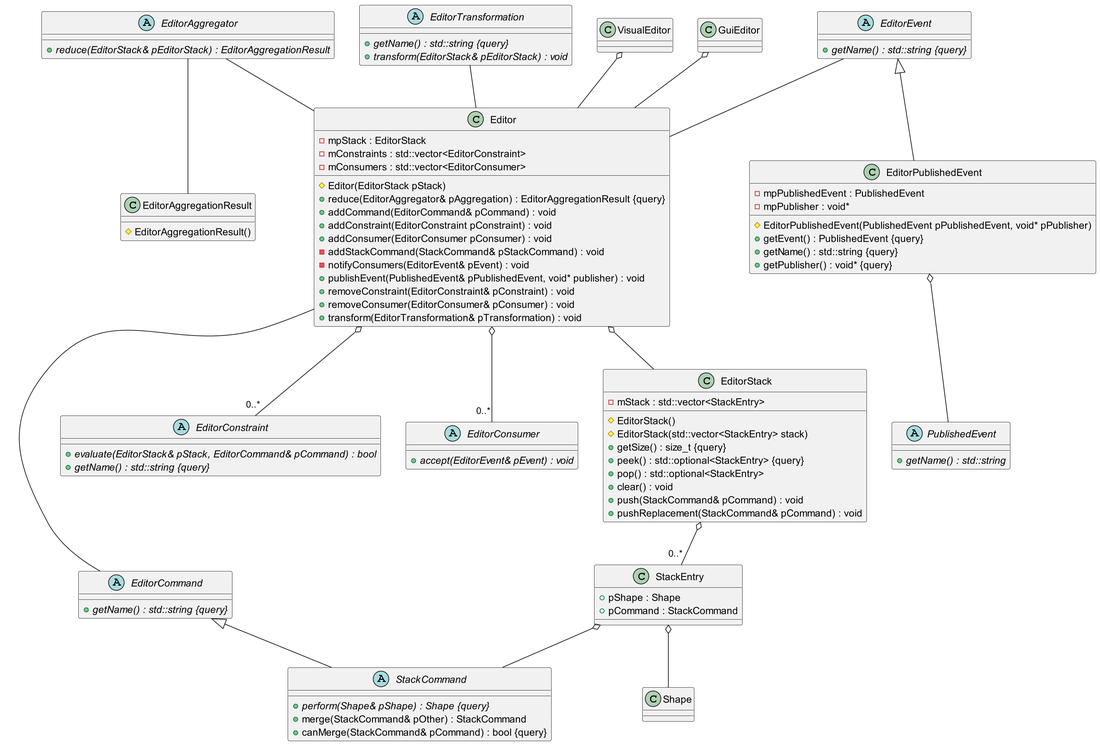
Before: Thesis/images/class_editor.png, a diagram exported from PlantUML (Isti01/PolygonSDF). Its source is kept beside it as Thesis/diagrams/class_editor.puml. The source it was exported from:
```plantuml
@startuml

scale 2


class Editor {
    #Editor(EditorStack pStack)
    +reduce(EditorAggregator& pAggregation) : EditorAggregationResult {query}
    -mpStack : EditorStack
    -mConstraints : std::vector<EditorConstraint>
    -mConsumers : std::vector<EditorConsumer>
    +addCommand(EditorCommand& pCommand) : void
    +addConstraint(EditorConstraint pConstraint) : void
    +addConsumer(EditorConsumer pConsumer) : void
    -addStackCommand(StackCommand& pStackCommand) : void
    -notifyConsumers(EditorEvent& pEvent) : void
    +publishEvent(PublishedEvent& pPublishedEvent, void* publisher) : void
    +removeConstraint(EditorConstraint& pConstraint) : void
    +removeConsumer(EditorConsumer& pConsumer) : void
    +transform(EditorTransformation& pTransformation) : void
}

class EditorAggregationResult {
    #EditorAggregationResult()
}

abstract class EditorAggregator {
    +{abstract} reduce(EditorStack& pEditorStack) : EditorAggregationResult
}

abstract class EditorCommand {
    +{abstract} getName() : std::string {query}
}

abstract class EditorConstraint {
    +{abstract} evaluate(EditorStack& pStack, EditorCommand& pCommand) : bool
    +{abstract} getName() : std::string {query}
}

abstract class EditorConsumer {
    +{abstract} accept(EditorEvent& pEvent) : void
}

abstract class EditorEvent {
    +{abstract} getName() : std::string {query}
}

class EditorPublishedEvent {
    #EditorPublishedEvent(PublishedEvent pPublishedEvent, void* pPublisher)
    +getEvent() : PublishedEvent {query}
    -mpPublishedEvent : PublishedEvent
    -mpPublisher : void*
    +getName() : std::string {query}
    +getPublisher() : void* {query}
}

class EditorStack {
    #EditorStack()
    #EditorStack(std::vector<StackEntry> stack)
    +getSize() : size_t {query}
    +peek() : std::optional<StackEntry> {query}
    +pop() : std::optional<StackEntry>
    -mStack : std::vector<StackEntry>
    +clear() : void
    +push(StackCommand& pCommand) : void
    +pushReplacement(StackCommand& pCommand) : void
}

abstract class EditorTransformation {
    +{abstract} getName() : std::string {query}
    +{abstract} transform(EditorStack& pEditorStack) : void
}

abstract class PublishedEvent {
    +{abstract} getName() : std::string
}

abstract class StackCommand {
    +{abstract} perform(Shape& pShape) : Shape {query}
    +merge(StackCommand& pOther) : StackCommand
    +canMerge(StackCommand& pCommand) : bool {query}
}

class StackEntry {
    +pShape : Shape
    +pCommand : StackCommand
}

class VisualEditor {}

class GuiEditor {}

class Shape {}


EditorCommand <|-- StackCommand
EditorEvent <|-- EditorPublishedEvent

Editor o-- "0..*" EditorConstraint
Editor o-- "0..*" EditorConsumer
Editor o-- EditorStack
EditorPublishedEvent o-- PublishedEvent
EditorStack o-- "0..*" StackEntry
GuiEditor o-- Editor
StackEntry o-- Shape
StackEntry o-- StackCommand
VisualEditor o-- Editor

EditorAggregator -- EditorAggregationResult
EditorAggregator -- Editor
EditorTransformation -- Editor
EditorEvent -- Editor
Editor -- EditorCommand

@enduml
```
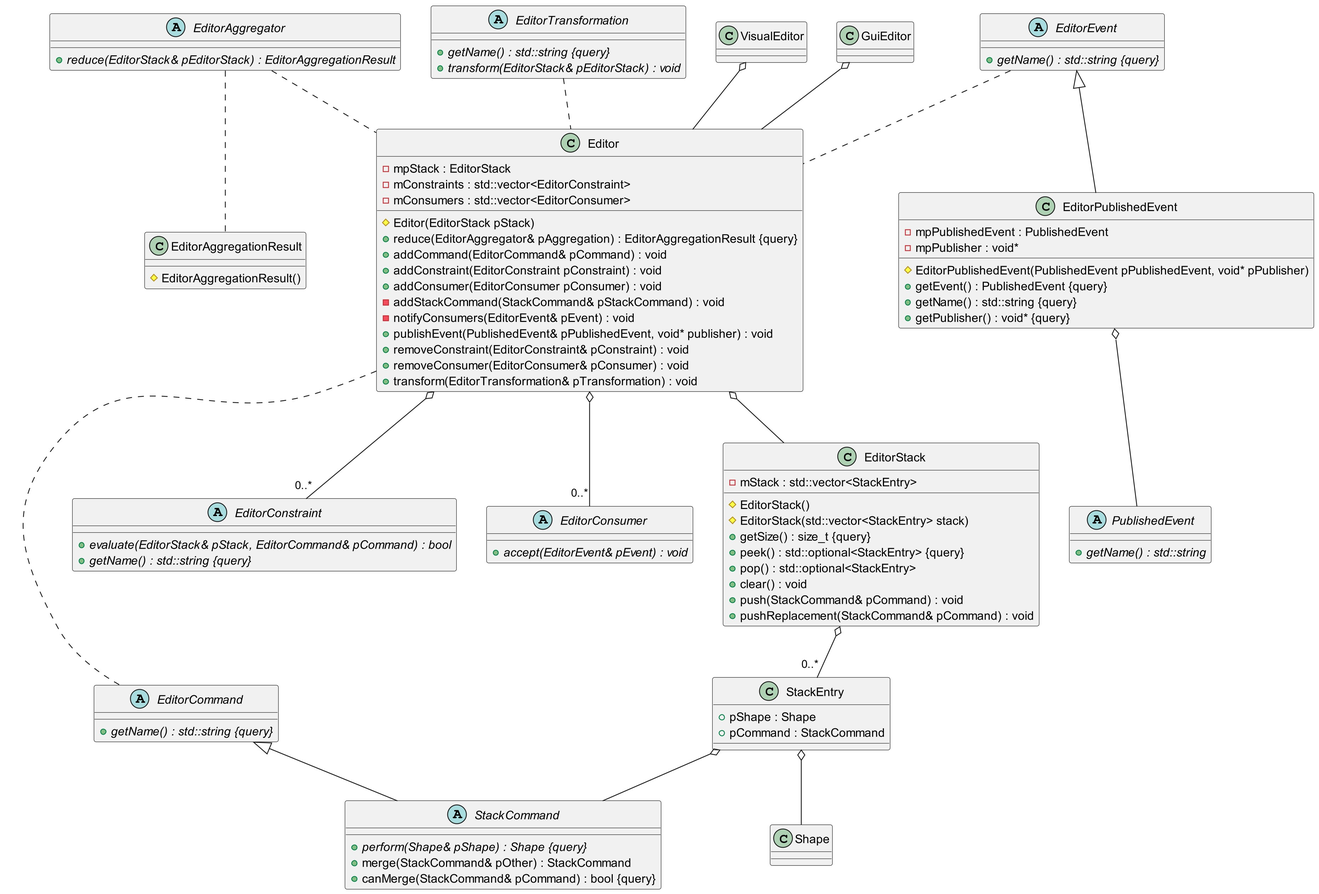
Later version of the same file.

Change to the diagram source:
```diff
@@ -106,10 +106,10 @@
 StackEntry o-- StackCommand
 VisualEditor o-- Editor
 
-EditorAggregator -- EditorAggregationResult
-EditorAggregator -- Editor
-EditorTransformation -- Editor
-EditorEvent -- Editor
-Editor -- EditorCommand
+EditorAggregator .. EditorAggregationResult
+EditorAggregator .. Editor
+EditorTransformation .. Editor
+EditorEvent .. Editor
+Editor .. EditorCommand
 
 @enduml
```
